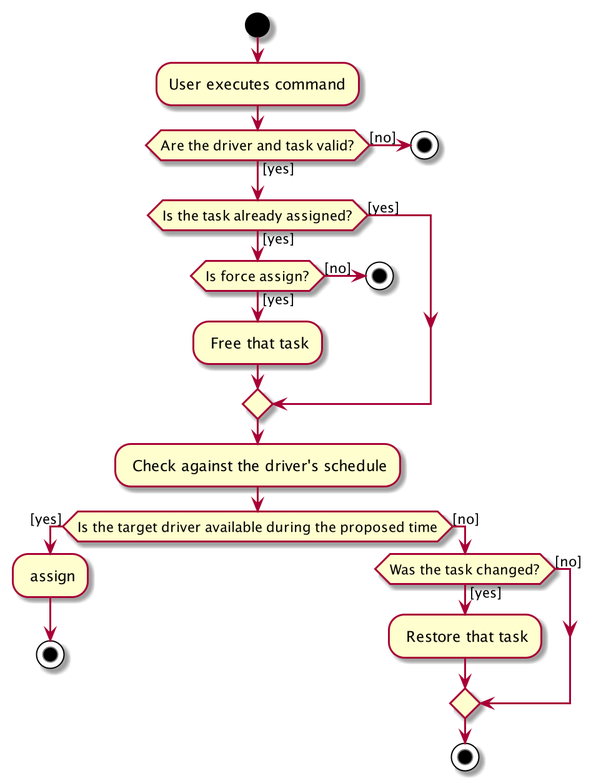
Earlier version of the PlantUML export docs/images/AssignActivityDiagram.png (nus-cs2103-AY1920S1/addressbook-level3).
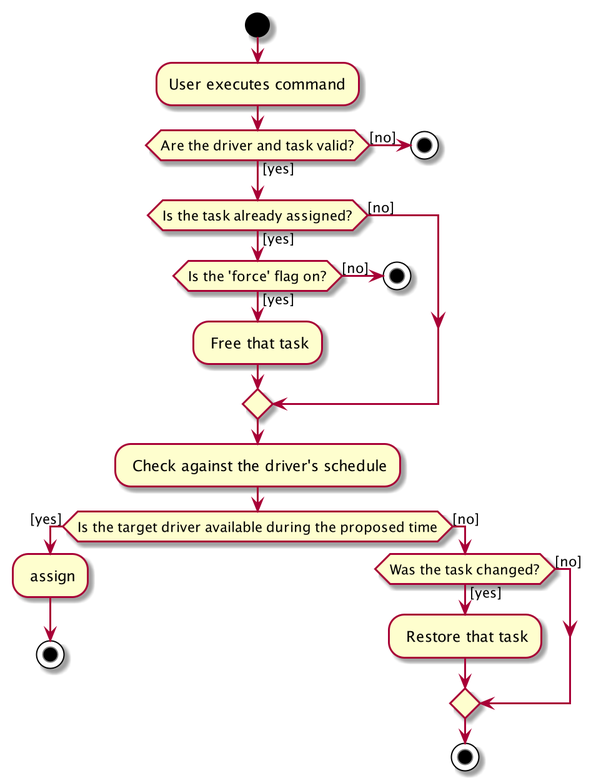
Later version of the same file.

The edit, as a diff of the source:
```diff
@@ -9,10 +9,10 @@
  stop
 endif
 
-if (Is the task already assigned?) then ([yes])
+if (Is the task already assigned?) then ([no])
 
 else ([yes])
-    if (Is force assign?) then ([yes])
+    if (Is the 'force' flag on?) then ([yes])
     : Free that task;
     else ([no])
         stop
@@ -30,4 +30,5 @@
 endif
 stop
 
+
 @enduml
```
